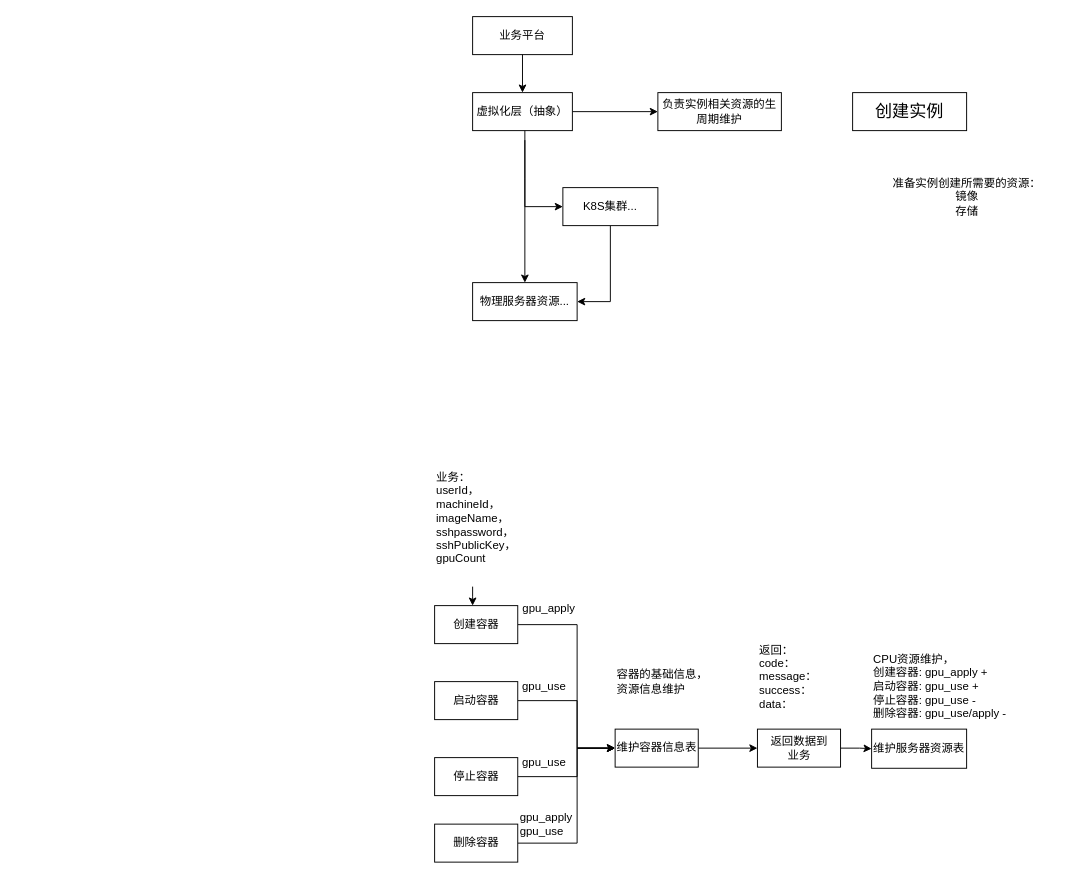
Earlier version of the draw.io diagram assets/jishu.drawio (gogowaiting/gogowaiting.github.io). Source tidied: cells renumbered, new cells numbered last; positions are measured from the earlier drawing's top-left corner, leaving out a move shared by most shapes. Both pictures are drawn from the tidied source at 95%, with x=0, y=0 at pixel (434, 16).
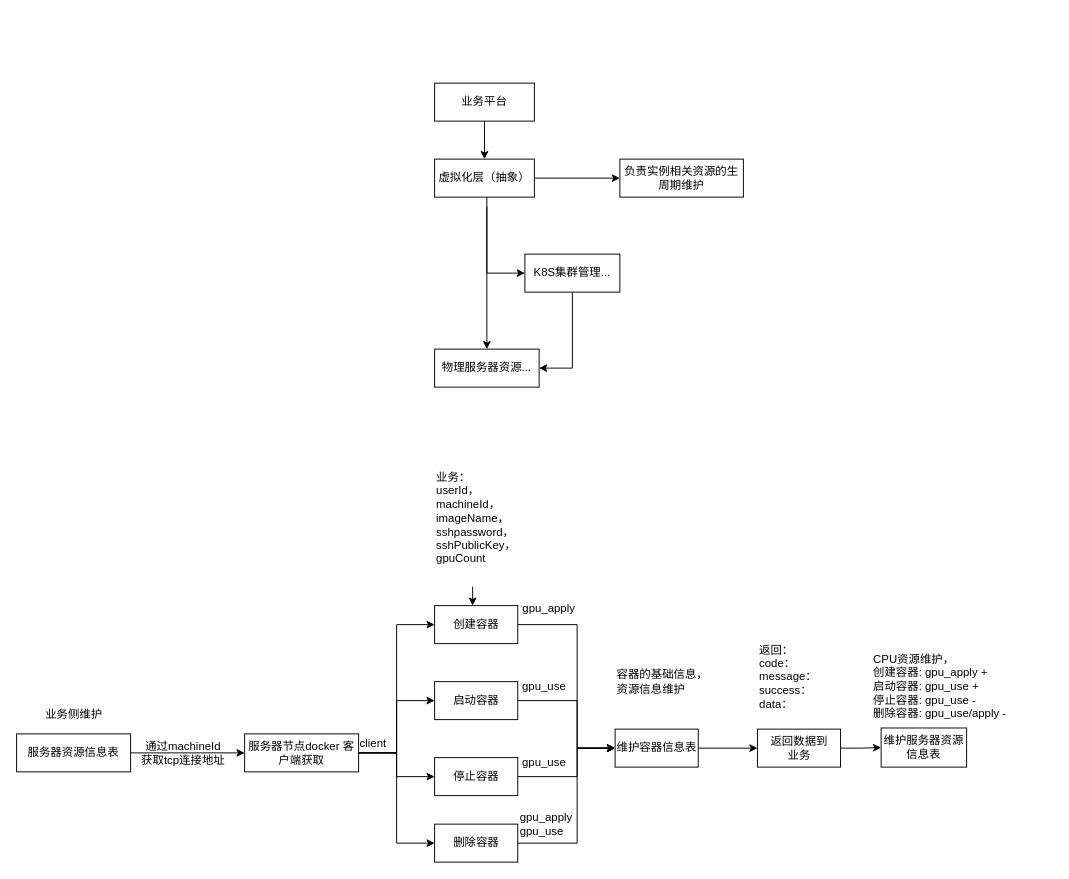
Above is the later version.

Unchanged cells that the change refers to:
```xml
<mxCell id="16" value="创建容器" style="rounded=0;whiteSpace=wrap;html=1;" parent="1" vertex="1">
  <mxGeometry y="620" width="87.5" height="40" as="geometry" />
</mxCell>
<mxCell id="18" value="启动容器" style="rounded=0;whiteSpace=wrap;html=1;" parent="1" vertex="1">
  <mxGeometry y="700" width="87.5" height="40" as="geometry" />
</mxCell>
<mxCell id="20" value="停止容器" style="rounded=0;whiteSpace=wrap;html=1;" parent="1" vertex="1">
  <mxGeometry y="780" width="87.5" height="40" as="geometry" />
</mxCell>
<mxCell id="22" value="删除容器" style="rounded=0;whiteSpace=wrap;html=1;" parent="1" vertex="1">
  <mxGeometry y="850" width="87.5" height="40" as="geometry" />
</mxCell>
```

What changed in the source:
```diff
@@
-    <mxCell id="2" value="&lt;font style=&quot;font-size: 18px;&quot;&gt;创建实例&lt;/font&gt;" style="rounded=0;whiteSpace=wrap;html=1;" parent="1" vertex="1">
-      <mxGeometry x="440" y="80" width="120" height="40" as="geometry" />
-    </mxCell>
-    <mxCell id="3" value="准备实例创建所需要的资源：&lt;br&gt;镜像&lt;div&gt;存储&lt;/div&gt;" style="text;html=1;align=center;verticalAlign=middle;strokeColor=none;fillColor=none;" parent="1" vertex="1">
-      <mxGeometry x="470" y="160" width="180" height="60" as="geometry" />
-    </mxCell>
     <mxCell id="4" style="edgeStyle=orthogonalEdgeStyle;rounded=0;jettySize=auto;html=1;exitX=1;exitY=0.5;exitDx=0;exitDy=0;" parent="1" edge="1" source="5">
       <mxGeometry relative="1" as="geometry">
-        <mxPoint x="145.1" y="20" as="targetPoint" />
+        <mxPoint x="105.1" y="90" as="targetPoint" />
       </mxGeometry>
     </mxCell>
     <mxCell id="5" value="业务平台" style="rounded=0;whiteSpace=wrap;html=1;" parent="1" vertex="1">
-      <mxGeometry x="40" width="105" height="40" as="geometry" />
+      <mxGeometry y="70" width="105" height="40" as="geometry" />
     </mxCell>
@@
     <mxCell id="7" value="虚拟化层（抽象）" style="rounded=0;whiteSpace=wrap;html=1;" parent="1" vertex="1">
-      <mxGeometry x="40" y="80" width="105" height="40" as="geometry" />
+      <mxGeometry y="150" width="105" height="40" as="geometry" />
     </mxCell>
@@
     <mxCell id="9" style="edgeStyle=orthogonalEdgeStyle;rounded=0;jettySize=auto;html=1;entryX=1;entryY=0.5;entryDx=0;entryDy=0;" parent="1" edge="1" source="10" target="11">
       <mxGeometry relative="1" as="geometry">
         <Array as="points">
-          <mxPoint x="185" y="300" />
+          <mxPoint x="145" y="370" />
         </Array>
       </mxGeometry>
     </mxCell>
-    <mxCell id="10" value="K8S集群..." style="rounded=0;whiteSpace=wrap;html=1;" parent="1" vertex="1">
-      <mxGeometry x="135" y="180" width="100" height="40" as="geometry" />
+    <mxCell id="10" value="K8S集群管理..." style="rounded=0;whiteSpace=wrap;html=1;" parent="1" vertex="1">
+      <mxGeometry x="95" y="250" width="100" height="40" as="geometry" />
     </mxCell>
     <mxCell id="11" value="物理服务器资源..." style="rounded=0;whiteSpace=wrap;html=1;" parent="1" vertex="1">
-      <mxGeometry x="40" y="280" width="110" height="40" as="geometry" />
+      <mxGeometry y="350" width="110" height="40" as="geometry" />
     </mxCell>
     <mxCell id="12" value="负责实例相关资源的生周期维护" style="rounded=0;whiteSpace=wrap;html=1;" parent="1" vertex="1">
-      <mxGeometry x="235" y="80" width="130" height="40" as="geometry" />
+      <mxGeometry x="195" y="150" width="130" height="40" as="geometry" />
     </mxCell>
     <mxCell id="13" style="endArrow=classic;html=1;rounded=0;entryX=0;entryY=0.5;entryDx=0;entryDy=0;" parent="1" edge="1" target="10">
       <mxGeometry relative="1" as="geometry">
-        <mxPoint x="95" y="130" as="sourcePoint" />
+        <mxPoint x="55" y="200" as="sourcePoint" />
         <Array as="points">
-          <mxPoint x="95" y="170" />
-          <mxPoint x="95" y="200" />
+          <mxPoint x="55" y="240" />
+          <mxPoint x="55" y="270" />
         </Array>
       </mxGeometry>
     </mxCell>
     <mxCell id="14" style="endArrow=classic;html=1;rounded=0;entryX=0.5;entryY=0;entryDx=0;entryDy=0;" parent="1" edge="1" target="11">
       <mxGeometry relative="1" as="geometry">
-        <mxPoint x="95" y="120" as="sourcePoint" />
+        <mxPoint x="55" y="190" as="sourcePoint" />
       </mxGeometry>
     </mxCell>
@@
-    <mxCell id="29" value="&lt;div&gt;维护服务器资源表&lt;/div&gt;" style="rounded=0;whiteSpace=wrap;html=1;" parent="1" vertex="1">
-      <mxGeometry x="460" y="750" width="100" height="41.2" as="geometry" />
+    <mxCell id="29" value="&lt;div&gt;维护服务器资源信息表&lt;/div&gt;" style="rounded=0;whiteSpace=wrap;html=1;" parent="1" vertex="1">
+      <mxGeometry x="470" y="748.8" width="90" height="41.2" as="geometry" />
     </mxCell>
@@
+    <mxCell id="37" value="服务器节点docker 客户端获取" style="rounded=0;whiteSpace=wrap;html=1;" parent="1" vertex="1">
+      <mxGeometry x="-200" y="755" width="120" height="40" as="geometry" />
+    </mxCell>
+    <mxCell id="38" style="edgeStyle=orthogonalEdgeStyle;rounded=0;jettySize=auto;html=1;" parent="1" edge="1" source="39" target="37">
+      <mxGeometry relative="1" as="geometry" />
+    </mxCell>
+    <mxCell id="39" value="服务器资源信息表" style="rounded=0;whiteSpace=wrap;html=1;" parent="1" vertex="1">
+      <mxGeometry x="-440" y="755" width="120" height="40" as="geometry" />
+    </mxCell>
+    <mxCell id="40" value="通过machineId&lt;div&gt;获取tcp连接地址&lt;/div&gt;" style="text;html=1;align=center;verticalAlign=middle;strokeColor=none;fillColor=none;" parent="1" vertex="1">
+      <mxGeometry x="-320" y="755" width="110" height="40" as="geometry" />
+    </mxCell>
+    <mxCell id="41" style="endArrow=classic;html=1;rounded=0;exitX=1;exitY=0.5;exitDx=0;exitDy=0;entryX=0;entryY=0.5;entryDx=0;entryDy=0;" parent="1" edge="1" source="37" target="16">
+      <mxGeometry relative="1" as="geometry">
+        <Array as="points">
+          <mxPoint x="-40" y="775" />
+          <mxPoint x="-40" y="640" />
+        </Array>
+      </mxGeometry>
+    </mxCell>
+    <mxCell id="42" style="endArrow=classic;html=1;rounded=0;exitX=1;exitY=0.5;exitDx=0;exitDy=0;entryX=0;entryY=0.5;entryDx=0;entryDy=0;" parent="1" edge="1" source="37" target="18">
+      <mxGeometry relative="1" as="geometry">
+        <Array as="points">
+          <mxPoint x="-40" y="775" />
+          <mxPoint x="-40" y="720" />
+        </Array>
+      </mxGeometry>
+    </mxCell>
+    <mxCell id="43" style="endArrow=classic;html=1;rounded=0;entryX=0;entryY=0.5;entryDx=0;entryDy=0;exitX=1;exitY=0.5;exitDx=0;exitDy=0;" parent="1" edge="1" source="37" target="20">
+      <mxGeometry relative="1" as="geometry">
+        <Array as="points">
+          <mxPoint x="-40" y="775" />
+          <mxPoint x="-40" y="800" />
+        </Array>
+      </mxGeometry>
+    </mxCell>
+    <mxCell id="44" style="endArrow=classic;html=1;rounded=0;exitX=1;exitY=0.5;exitDx=0;exitDy=0;entryX=0;entryY=0.5;entryDx=0;entryDy=0;" parent="1" edge="1" source="37" target="22">
+      <mxGeometry relative="1" as="geometry">
+        <Array as="points">
+          <mxPoint x="-40" y="775" />
+          <mxPoint x="-40" y="870" />
+        </Array>
+      </mxGeometry>
+    </mxCell>
+    <mxCell id="45" value="业务侧维护" style="text;html=1;align=center;verticalAlign=middle;strokeColor=none;fillColor=none;" parent="1" vertex="1">
+      <mxGeometry x="-420" y="720" width="80" height="30" as="geometry" />
+    </mxCell>
+    <mxCell id="46" value="client" style="text;html=1;align=center;verticalAlign=middle;strokeColor=none;fillColor=none;" parent="1" vertex="1">
+      <mxGeometry x="-90" y="750" width="50" height="30" as="geometry" />
+    </mxCell>
```
